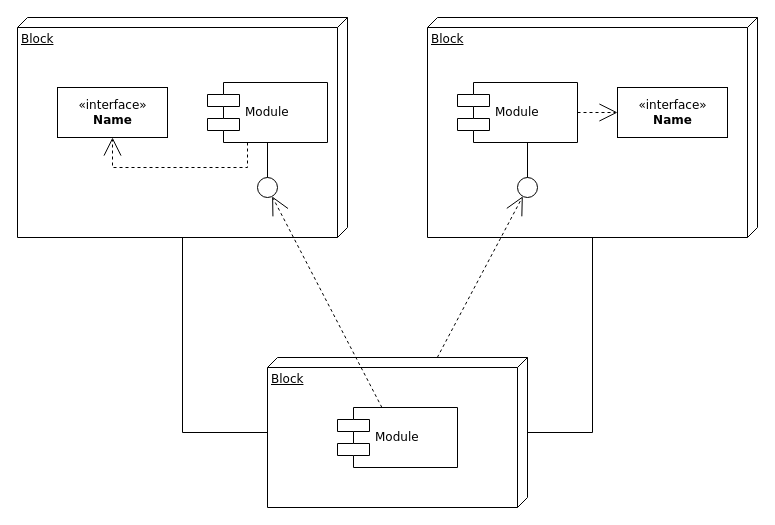
Before: Untitled Diagram.drawio in cephydex/archdiags, a draw.io diagram. Source tidied: cells renumbered, new cells numbered last; positions are measured from the earlier drawing's top-left corner, leaving out a move shared by most shapes. Both pictures are drawn from the tidied source at 100%, with x=0, y=0 at pixel (17, 17).
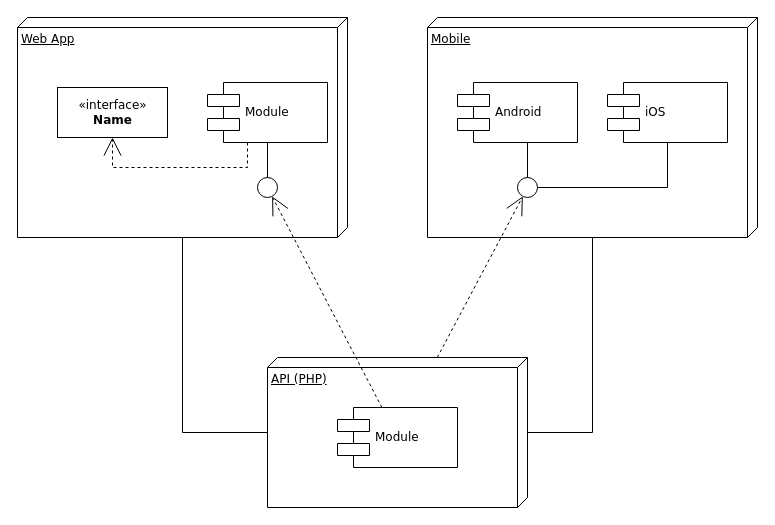
The same diagram, later.

The change refers to these unchanged cells:
```xml
<mxCell id="10" style="ellipse;whiteSpace=wrap;html=1;rounded=0;shadow=0;comic=0;labelBackgroundColor=none;strokeWidth=1;fontFamily=Verdana;fontSize=12;align=center;" parent="1" vertex="1">
  <mxGeometry x="500" y="160" width="20" height="20" as="geometry" />
</mxCell>
```

Diff of the diagram source:
```diff
@@
-    <mxCell id="2" value="Block" style="verticalAlign=top;align=left;spacingTop=8;spacingLeft=2;spacingRight=12;shape=cube;size=10;direction=south;fontStyle=4;html=1;rounded=0;shadow=0;comic=0;labelBackgroundColor=none;strokeWidth=1;fontFamily=Verdana;fontSize=12;" parent="1" vertex="1">
+    <mxCell id="2" value="Web App" style="verticalAlign=top;align=left;spacingTop=8;spacingLeft=2;spacingRight=12;shape=cube;size=10;direction=south;fontStyle=4;html=1;rounded=0;shadow=0;comic=0;labelBackgroundColor=none;strokeWidth=1;fontFamily=Verdana;fontSize=12;" parent="1" vertex="1">
       <mxGeometry width="330" height="220" as="geometry" />
     </mxCell>
-    <mxCell id="3" value="Block" style="verticalAlign=top;align=left;spacingTop=8;spacingLeft=2;spacingRight=12;shape=cube;size=10;direction=south;fontStyle=4;html=1;rounded=0;shadow=0;comic=0;labelBackgroundColor=none;strokeWidth=1;fontFamily=Verdana;fontSize=12;" parent="1" vertex="1">
+    <mxCell id="3" value="Mobile" style="verticalAlign=top;align=left;spacingTop=8;spacingLeft=2;spacingRight=12;shape=cube;size=10;direction=south;fontStyle=4;html=1;rounded=0;shadow=0;comic=0;labelBackgroundColor=none;strokeWidth=1;fontFamily=Verdana;fontSize=12;" parent="1" vertex="1">
       <mxGeometry x="410" width="330" height="220" as="geometry" />
     </mxCell>
-    <mxCell id="4" value="Block" style="verticalAlign=top;align=left;spacingTop=8;spacingLeft=2;spacingRight=12;shape=cube;size=10;direction=south;fontStyle=4;html=1;rounded=0;shadow=0;comic=0;labelBackgroundColor=none;strokeWidth=1;fontFamily=Verdana;fontSize=12;" parent="1" vertex="1">
+    <mxCell id="4" value="API (PHP)" style="verticalAlign=top;align=left;spacingTop=8;spacingLeft=2;spacingRight=12;shape=cube;size=10;direction=south;fontStyle=4;html=1;rounded=0;shadow=0;comic=0;labelBackgroundColor=none;strokeWidth=1;fontFamily=Verdana;fontSize=12;" parent="1" vertex="1">
       <mxGeometry x="250" y="340" width="260" height="150" as="geometry" />
     </mxCell>
@@
-    <mxCell id="8" value="Module" style="shape=component;align=left;spacingLeft=36;rounded=0;shadow=0;comic=0;labelBackgroundColor=none;strokeWidth=1;fontFamily=Verdana;fontSize=12;html=1;" parent="1" vertex="1">
+    <mxCell id="8" value="Android" style="shape=component;align=left;spacingLeft=36;rounded=0;shadow=0;comic=0;labelBackgroundColor=none;strokeWidth=1;fontFamily=Verdana;fontSize=12;html=1;" parent="1" vertex="1">
       <mxGeometry x="440" y="65" width="120" height="60" as="geometry" />
     </mxCell>
-    <mxCell id="9" value="&amp;laquo;interface&amp;raquo;&lt;br&gt;&lt;b&gt;Name&lt;/b&gt;" style="html=1;rounded=0;shadow=0;comic=0;labelBackgroundColor=none;strokeWidth=1;fontFamily=Verdana;fontSize=12;align=center;" parent="1" vertex="1">
-      <mxGeometry x="600" y="70" width="110" height="50" as="geometry" />
-    </mxCell>
@@
-    <mxCell id="17" style="edgeStyle=orthogonalEdgeStyle;rounded=0;html=1;dashed=1;labelBackgroundColor=none;startArrow=none;startFill=0;startSize=8;endArrow=open;endFill=0;endSize=16;fontFamily=Verdana;fontSize=12;" parent="1" edge="1" source="8" target="9">
-      <mxGeometry relative="1" as="geometry" />
-    </mxCell>
@@
+    <mxCell id="20" value="iOS" style="shape=component;align=left;spacingLeft=36;rounded=0;shadow=0;comic=0;labelBackgroundColor=none;strokeWidth=1;fontFamily=Verdana;fontSize=12;html=1;" parent="1" vertex="1">
+      <mxGeometry x="590" y="65" width="120" height="60" as="geometry" />
+    </mxCell>
+    <mxCell id="21" style="edgeStyle=elbowEdgeStyle;rounded=0;html=1;labelBackgroundColor=none;startArrow=none;startFill=0;startSize=8;endArrow=none;endFill=0;endSize=16;fontFamily=Verdana;fontSize=12;entryX=0.5;entryY=1;entryDx=0;entryDy=0;" parent="1" edge="1" source="10" target="20">
+      <mxGeometry relative="1" as="geometry">
+        <Array as="points">
+          <mxPoint x="650" y="150" />
+        </Array>
+      </mxGeometry>
+    </mxCell>
```
